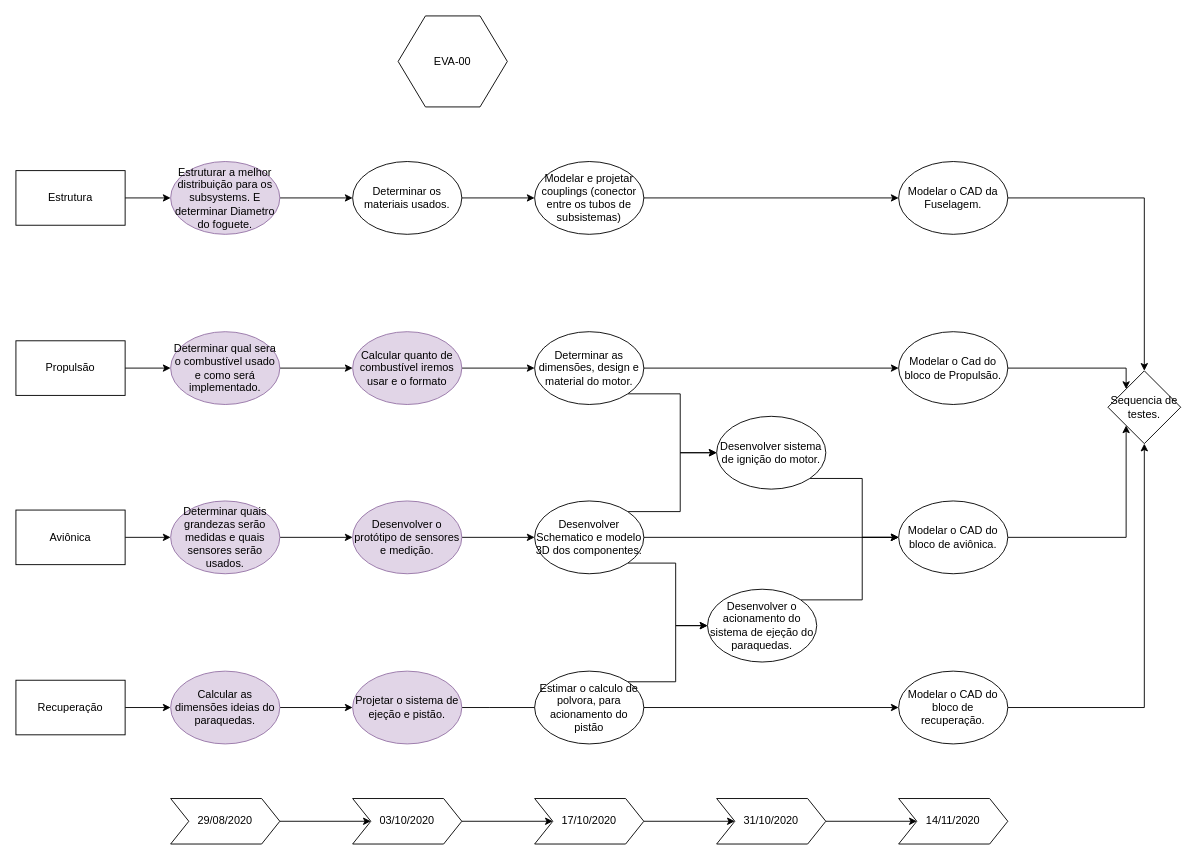
The draw.io diagram eva-00.drawio in freedxmgxd/Evangelion-Unidade-00, before the edit. Source tidied: cells renumbered, new cells numbered last; positions are measured from the earlier drawing's top-left corner, leaving out a move shared by most shapes. Both pictures are drawn from the tidied source at 91%, with x=0, y=0 at pixel (15, 15).
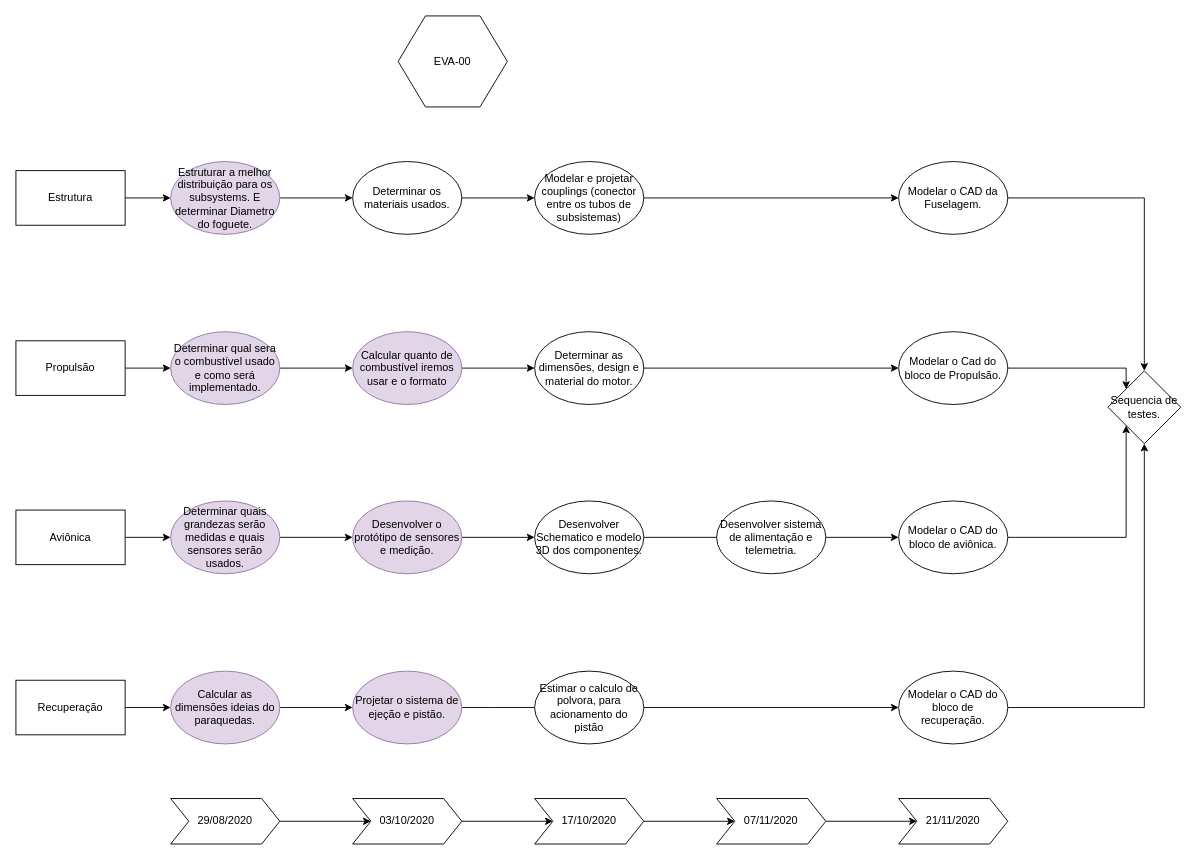
The same diagram, later.

The change refers to these unchanged cells:
```xml
<mxCell id="23" value="Determinar as dimensões, design e material do motor." style="ellipse;whiteSpace=wrap;html=1;" parent="1" vertex="1">
  <mxGeometry x="570" y="347" width="120" height="80" as="geometry" />
</mxCell>
<mxCell id="49" value="Modelar o CAD do bloco de aviônica." style="ellipse;whiteSpace=wrap;html=1;" parent="1" vertex="1">
  <mxGeometry x="970" y="533" width="120" height="80" as="geometry" />
</mxCell>
<mxCell id="57" value="Desenvolver Schematico e modelo 3D dos componentes." style="ellipse;whiteSpace=wrap;html=1;" parent="1" vertex="1">
  <mxGeometry x="570" y="533" width="120" height="80" as="geometry" />
</mxCell>
<mxCell id="59" value="Estimar o calculo de polvora, para acionamento do pistão" style="ellipse;whiteSpace=wrap;html=1;" parent="1" vertex="1">
  <mxGeometry x="570" y="720" width="120" height="80" as="geometry" />
</mxCell>
```

What changed in the source:
```diff
@@
-    <mxCell id="15" style="edgeStyle=orthogonalEdgeStyle;rounded=0;jettySize=auto;html=1;exitX=1;exitY=0;exitDx=0;exitDy=0;entryX=0;entryY=0.5;entryDx=0;entryDy=0;" parent="1" edge="1" source="16" target="49">
-      <mxGeometry relative="1" as="geometry">
-        <Array as="points">
-          <mxPoint x="930" y="642" />
-          <mxPoint x="930" y="573" />
-        </Array>
-      </mxGeometry>
-    </mxCell>
-    <mxCell id="16" value="Desenvolver o acionamento do sistema de ejeção do paraquedas." style="ellipse;whiteSpace=wrap;html=1;" parent="1" vertex="1">
-      <mxGeometry x="760" y="630" width="120" height="80" as="geometry" />
-    </mxCell>
@@
-    <mxCell id="22" style="edgeStyle=orthogonalEdgeStyle;rounded=0;jettySize=auto;html=1;exitX=1;exitY=1;exitDx=0;exitDy=0;entryX=0;entryY=0.5;entryDx=0;entryDy=0;" parent="1" edge="1" source="23" target="29">
-      <mxGeometry relative="1" as="geometry" />
-    </mxCell>
@@
-    <mxCell id="28" style="edgeStyle=orthogonalEdgeStyle;rounded=0;jettySize=auto;html=1;exitX=1;exitY=1;exitDx=0;exitDy=0;entryX=0;entryY=0.5;entryDx=0;entryDy=0;" parent="1" edge="1" source="29" target="49">
-      <mxGeometry relative="1" as="geometry" />
-    </mxCell>
-    <mxCell id="29" value="Desenvolver sistema de ignição do motor." style="ellipse;whiteSpace=wrap;html=1;" parent="1" vertex="1">
-      <mxGeometry x="770" y="440" width="120" height="80" as="geometry" />
-    </mxCell>
@@
-    <mxCell id="46" value="31/10/2020" style="shape=step;perimeter=stepPerimeter;whiteSpace=wrap;html=1;fixedSize=1;" parent="1" vertex="1">
+    <mxCell id="46" value="07/11/2020" style="shape=step;perimeter=stepPerimeter;whiteSpace=wrap;html=1;fixedSize=1;" parent="1" vertex="1">
       <mxGeometry x="770" y="860" width="120" height="50" as="geometry" />
     </mxCell>
@@
-    <mxCell id="53" value="14/11/2020" style="shape=step;perimeter=stepPerimeter;whiteSpace=wrap;html=1;fixedSize=1;" parent="1" vertex="1">
+    <mxCell id="53" value="21/11/2020" style="shape=step;perimeter=stepPerimeter;whiteSpace=wrap;html=1;fixedSize=1;" parent="1" vertex="1">
       <mxGeometry x="970" y="860" width="120" height="50" as="geometry" />
     </mxCell>
-    <mxCell id="54" style="edgeStyle=orthogonalEdgeStyle;rounded=0;jettySize=auto;html=1;exitX=1;exitY=1;exitDx=0;exitDy=0;entryX=0;entryY=0.5;entryDx=0;entryDy=0;" parent="1" edge="1" source="57" target="16">
-      <mxGeometry relative="1" as="geometry" />
-    </mxCell>
-    <mxCell id="55" style="edgeStyle=orthogonalEdgeStyle;rounded=0;jettySize=auto;html=1;exitX=1;exitY=0;exitDx=0;exitDy=0;entryX=0;entryY=0.5;entryDx=0;entryDy=0;" parent="1" edge="1" source="57" target="29">
-      <mxGeometry relative="1" as="geometry" />
-    </mxCell>
@@
-    <mxCell id="58" style="edgeStyle=orthogonalEdgeStyle;rounded=0;jettySize=auto;html=1;exitX=1;exitY=0;exitDx=0;exitDy=0;entryX=0;entryY=0.5;entryDx=0;entryDy=0;" parent="1" edge="1" source="59" target="16">
-      <mxGeometry relative="1" as="geometry" />
-    </mxCell>
@@
+    <mxCell id="60" value="Desenvolver sistema de alimentação e telemetria." style="ellipse;whiteSpace=wrap;html=1;" parent="1" vertex="1">
+      <mxGeometry x="770" y="533" width="120" height="80" as="geometry" />
+    </mxCell>
```
